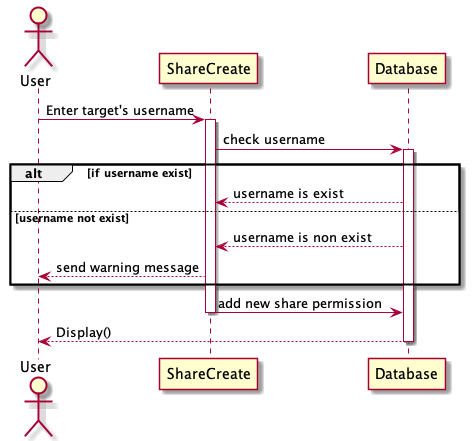
Kritsanawipankhet/CE64-41 keeps this PlantUML diagram as documents/diagrams/out/web-client/sharecreate/sharecreate.png. Above is the earlier version.
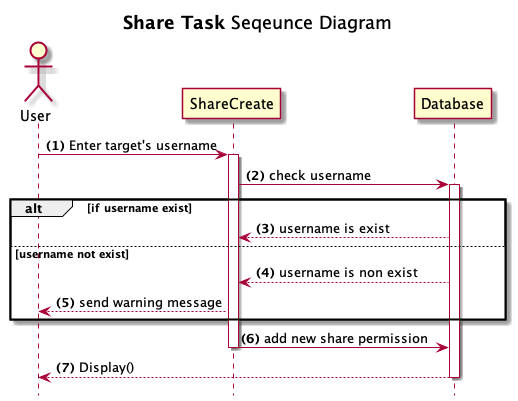
After the commit.

The edit, as a diff of the source:
```diff
@@ -1,5 +1,8 @@
 @startuml
+title **Share Task** Seqeunce Diagram
+hide footbox
 Actor User
+autonumber "<b>(0)"
 User -> ShareCreate : Enter target's username
 activate ShareCreate
 ShareCreate -> Database : check username
```
